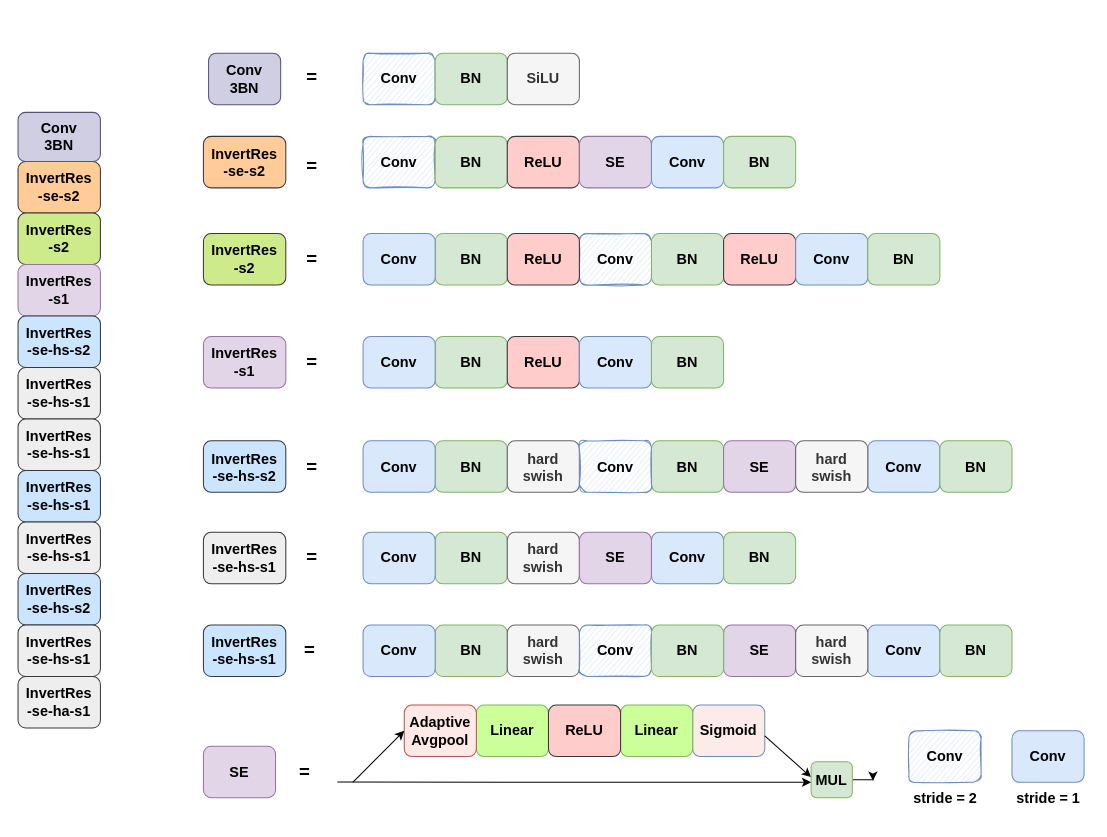
Earlier version of the draw.io diagram mv3s.drawio (Bukayoooo/Draws). Source tidied: cells renumbered, new cells numbered last; positions are measured from the earlier drawing's top-left corner, leaving out a move shared by most shapes. Both pictures are drawn from the tidied source at 103%, with x=0, y=0 at pixel (18, 53).
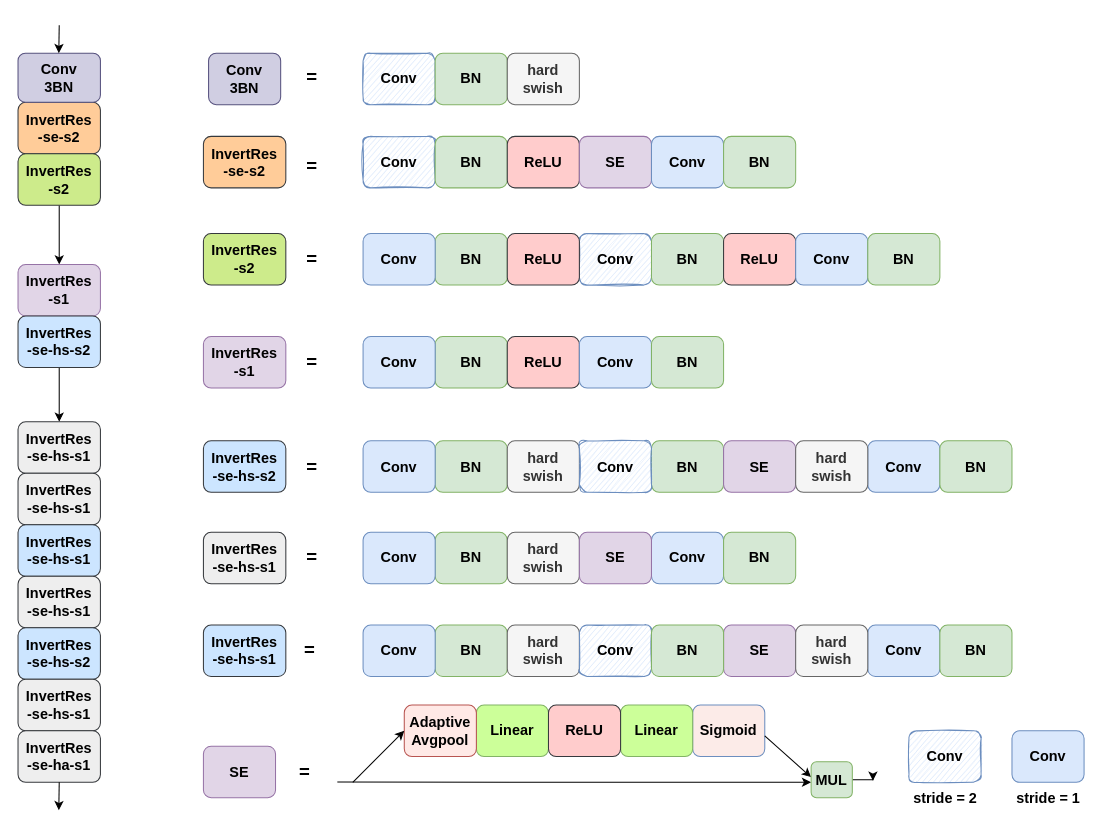
The same page after the edit.

The change refers to these unchanged cells:
```xml
<mxCell id="14" value="&lt;b&gt;&lt;font style=&quot;font-size: 14px&quot;&gt;InvertRes&lt;br&gt;-s1&lt;br&gt;&lt;/font&gt;&lt;/b&gt;" style="rounded=1;whiteSpace=wrap;html=1;fillColor=#e1d5e7;strokeColor=#9673a6;" parent="1" vertex="1">
  <mxGeometry y="205.3" width="80" height="50" as="geometry" />
</mxCell>
<mxCell id="15" value="&lt;b&gt;&lt;font style=&quot;font-size: 14px&quot;&gt;InvertRes&lt;br&gt;-se-hs-s2&lt;br&gt;&lt;/font&gt;&lt;/b&gt;" style="rounded=1;whiteSpace=wrap;html=1;fillColor=#cce5ff;strokeColor=#36393d;" parent="1" vertex="1">
  <mxGeometry y="255.3" width="80" height="50" as="geometry" />
</mxCell>
```

The edit, as a diff of the source:
```diff
@@
-    <mxCell id="5" value="&lt;b&gt;&lt;font style=&quot;font-size: 14px&quot;&gt;SiLU&lt;br&gt;&lt;/font&gt;&lt;/b&gt;" style="rounded=1;whiteSpace=wrap;html=1;fillColor=#f5f5f5;strokeColor=#666666;fontColor=#333333;" parent="1" vertex="1">
-      <mxGeometry x="475" y="0.1" width="70" height="50" as="geometry" />
-    </mxCell>
@@
     <mxCell id="11" value="&lt;b&gt;&lt;font style=&quot;font-size: 14px&quot;&gt;InvertRes&lt;br&gt;-se-s2&lt;br&gt;&lt;/font&gt;&lt;/b&gt;" style="rounded=1;whiteSpace=wrap;html=1;fillColor=#ffcc99;strokeColor=#36393d;" parent="1" vertex="1">
-      <mxGeometry y="105.3" width="80" height="50" as="geometry" />
+      <mxGeometry y="47.8" width="80" height="50" as="geometry" />
     </mxCell>
     <mxCell id="12" value="&lt;b&gt;&lt;font style=&quot;font-size: 14px&quot;&gt;Conv&lt;br&gt;3BN&lt;/font&gt;&lt;/b&gt;" style="rounded=1;whiteSpace=wrap;html=1;fillColor=#d0cee2;strokeColor=#56517e;" parent="1" vertex="1">
-      <mxGeometry y="57.6" width="80" height="47.7" as="geometry" />
+      <mxGeometry y="0.1" width="80" height="47.7" as="geometry" />
     </mxCell>
+    <mxCell id="90" style="edgeStyle=orthogonalEdgeStyle;rounded=0;jettySize=auto;html=1;entryX=0.5;entryY=0;entryDx=0;entryDy=0;" parent="1" edge="1" source="13" target="14">
+      <mxGeometry relative="1" as="geometry" />
+    </mxCell>
     <mxCell id="13" value="&lt;b&gt;&lt;font style=&quot;font-size: 14px&quot;&gt;InvertRes&lt;br&gt;-s2&lt;br&gt;&lt;/font&gt;&lt;/b&gt;" style="rounded=1;whiteSpace=wrap;html=1;fillColor=#cdeb8b;strokeColor=#36393d;" parent="1" vertex="1">
-      <mxGeometry y="155.3" width="80" height="50" as="geometry" />
+      <mxGeometry y="97.8" width="80" height="50" as="geometry" />
     </mxCell>
@@
+    <mxCell id="91" style="edgeStyle=orthogonalEdgeStyle;rounded=0;jettySize=auto;html=1;entryX=0.5;entryY=0;entryDx=0;entryDy=0;" parent="1" edge="1" source="15" target="16">
+      <mxGeometry relative="1" as="geometry" />
+    </mxCell>
@@
     <mxCell id="16" value="&lt;b&gt;&lt;font style=&quot;font-size: 14px&quot;&gt;InvertRes&lt;br&gt;-se-hs-s1&lt;br&gt;&lt;/font&gt;&lt;/b&gt;" style="rounded=1;whiteSpace=wrap;html=1;fillColor=#eeeeee;strokeColor=#36393d;" parent="1" vertex="1">
-      <mxGeometry y="305.3" width="80" height="50" as="geometry" />
+      <mxGeometry y="358" width="80" height="50" as="geometry" />
     </mxCell>
     <mxCell id="17" value="&lt;b&gt;&lt;font style=&quot;font-size: 14px&quot;&gt;InvertRes&lt;br&gt;-se-hs-s1&lt;br&gt;&lt;/font&gt;&lt;/b&gt;" style="rounded=1;whiteSpace=wrap;html=1;fillColor=#eeeeee;strokeColor=#36393d;" parent="1" vertex="1">
-      <mxGeometry y="355.3" width="80" height="50" as="geometry" />
+      <mxGeometry y="408" width="80" height="50" as="geometry" />
     </mxCell>
     <mxCell id="18" value="&lt;b&gt;&lt;font style=&quot;font-size: 14px&quot;&gt;InvertRes&lt;br&gt;-se-hs-s1&lt;br&gt;&lt;/font&gt;&lt;/b&gt;" style="rounded=1;whiteSpace=wrap;html=1;fillColor=#cce5ff;strokeColor=#36393d;" parent="1" vertex="1">
-      <mxGeometry y="405.3" width="80" height="50" as="geometry" />
+      <mxGeometry y="458" width="80" height="50" as="geometry" />
     </mxCell>
     <mxCell id="19" value="&lt;b&gt;&lt;font style=&quot;font-size: 14px&quot;&gt;InvertRes&lt;br&gt;-se-hs-s1&lt;br&gt;&lt;/font&gt;&lt;/b&gt;" style="rounded=1;whiteSpace=wrap;html=1;fillColor=#eeeeee;strokeColor=#36393d;" parent="1" vertex="1">
-      <mxGeometry y="455.3" width="80" height="50" as="geometry" />
+      <mxGeometry y="508" width="80" height="50" as="geometry" />
     </mxCell>
     <mxCell id="20" value="&lt;b&gt;&lt;font style=&quot;font-size: 14px&quot;&gt;InvertRes&lt;br&gt;-se-hs-s2&lt;br&gt;&lt;/font&gt;&lt;/b&gt;" style="rounded=1;whiteSpace=wrap;html=1;fillColor=#cce5ff;strokeColor=#36393d;" parent="1" vertex="1">
-      <mxGeometry y="505.3" width="80" height="50" as="geometry" />
+      <mxGeometry y="558" width="80" height="50" as="geometry" />
     </mxCell>
     <mxCell id="21" value="&lt;b&gt;&lt;font style=&quot;font-size: 14px&quot;&gt;InvertRes&lt;br&gt;-se-hs-s1&lt;br&gt;&lt;/font&gt;&lt;/b&gt;" style="rounded=1;whiteSpace=wrap;html=1;fillColor=#eeeeee;strokeColor=#36393d;" parent="1" vertex="1">
-      <mxGeometry y="555.3" width="80" height="50" as="geometry" />
+      <mxGeometry y="608" width="80" height="50" as="geometry" />
     </mxCell>
     <mxCell id="22" value="&lt;b&gt;&lt;font style=&quot;font-size: 14px&quot;&gt;InvertRes&lt;br&gt;-se-ha-s1&lt;br&gt;&lt;/font&gt;&lt;/b&gt;" style="rounded=1;whiteSpace=wrap;html=1;fillColor=#eeeeee;strokeColor=#36393d;" parent="1" vertex="1">
-      <mxGeometry y="605.3" width="80" height="50" as="geometry" />
+      <mxGeometry y="658" width="80" height="50" as="geometry" />
     </mxCell>
@@
+    <mxCell id="92" style="edgeStyle=orthogonalEdgeStyle;rounded=0;orthogonalLoop=1;jettySize=auto;html=1;entryX=0.5;entryY=0;entryDx=0;entryDy=0;" parent="1" edge="1">
+      <mxGeometry relative="1" as="geometry">
+        <mxPoint x="40" y="-27" as="sourcePoint" />
+        <mxPoint x="39.6" y="0.1" as="targetPoint" />
+      </mxGeometry>
+    </mxCell>
+    <mxCell id="93" style="edgeStyle=orthogonalEdgeStyle;rounded=0;orthogonalLoop=1;jettySize=auto;html=1;entryX=0.5;entryY=0;entryDx=0;entryDy=0;" parent="1" edge="1">
+      <mxGeometry relative="1" as="geometry">
+        <mxPoint x="40" y="708" as="sourcePoint" />
+        <mxPoint x="39.6" y="735.1" as="targetPoint" />
+      </mxGeometry>
+    </mxCell>
+    <mxCell id="94" value="&lt;b&gt;&lt;font style=&quot;font-size: 14px&quot;&gt;hard&lt;br&gt;swish&lt;br&gt;&lt;/font&gt;&lt;/b&gt;" style="rounded=1;whiteSpace=wrap;html=1;fillColor=#f5f5f5;strokeColor=#666666;fontColor=#333333;" parent="1" vertex="1">
+      <mxGeometry x="475" y="0.1" width="70" height="50" as="geometry" />
+    </mxCell>
```
